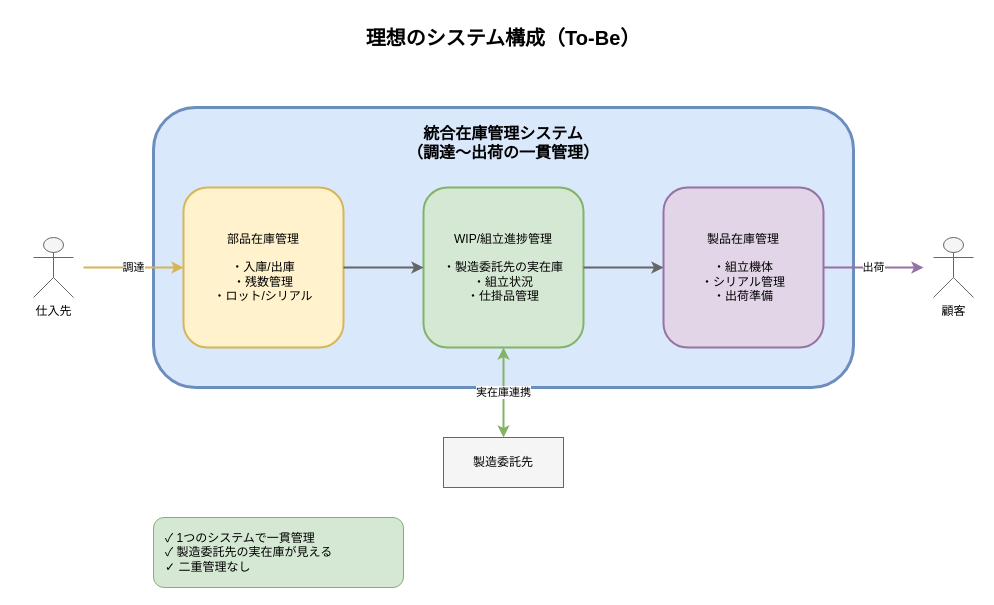
nttedt-fujita/QA-FY26 keeps this draw.io diagram as sessions/session295/ideal-system-flow.drawio. Above is the earlier version. Source tidied: cells renumbered, new cells numbered last; positions are measured from the earlier drawing's top-left corner, leaving out a move shared by most shapes. Both pictures are drawn from the tidied source at 100%, with x=0, y=0 at pixel (33, 17).
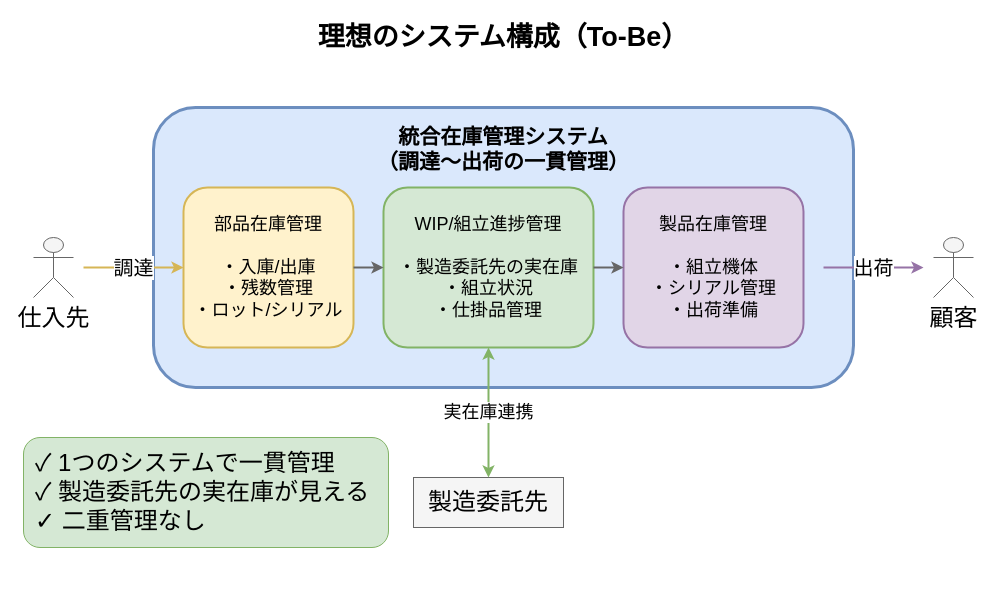
Above is the later version.

The edit, as a diff of the source:
```diff
@@
-    <mxCell id="2" value="理想のシステム構成（To-Be）" style="text;html=1;strokeColor=none;fillColor=none;align=center;verticalAlign=middle;whiteSpace=wrap;rounded=0;fontSize=20;fontStyle=1;" parent="1" vertex="1">
-      <mxGeometry x="320" width="300" height="40" as="geometry" />
+    <mxCell id="2" value="理想のシステム構成（To-Be）" style="text;html=1;strokeColor=none;fillColor=none;align=center;verticalAlign=middle;whiteSpace=wrap;rounded=0;fontSize=27;fontStyle=1;" parent="1" vertex="1">
+      <mxGeometry x="270" width="400" height="40" as="geometry" />
     </mxCell>
@@
-    <mxCell id="4" value="統合在庫管理システム&#10;（調達〜出荷の一貫管理）" style="text;html=1;strokeColor=none;fillColor=none;align=center;verticalAlign=top;whiteSpace=wrap;rounded=0;fontSize=16;fontStyle=1;" parent="1" vertex="1">
-      <mxGeometry x="320" y="100" width="300" height="50" as="geometry" />
+    <mxCell id="4" value="統合在庫管理システム&#10;（調達〜出荷の一貫管理）" style="text;html=1;strokeColor=none;fillColor=none;align=center;verticalAlign=top;whiteSpace=wrap;rounded=0;fontSize=21;fontStyle=1;" parent="1" vertex="1">
+      <mxGeometry x="320" y="100" width="300" height="60" as="geometry" />
     </mxCell>
-    <mxCell id="5" value="部品在庫管理&#10;&#10;・入庫/出庫&#10;・残数管理&#10;・ロット/シリアル" style="rounded=1;whiteSpace=wrap;html=1;fillColor=#fff2cc;strokeColor=#d6b656;strokeWidth=2;align=center;verticalAlign=middle;" parent="1" vertex="1">
-      <mxGeometry x="150" y="170" width="160" height="160" as="geometry" />
+    <mxCell id="5" value="部品在庫管理&#10;&#10;・入庫/出庫&#10;・残数管理&#10;・ロット/シリアル" style="rounded=1;whiteSpace=wrap;html=1;fillColor=#fff2cc;strokeColor=#d6b656;strokeWidth=2;align=center;verticalAlign=middle;fontSize=18;" parent="1" vertex="1">
+      <mxGeometry x="150" y="170" width="170" height="160" as="geometry" />
     </mxCell>
-    <mxCell id="6" value="WIP/組立進捗管理&#10;&#10;・製造委託先の実在庫&#10;・組立状況&#10;・仕掛品管理" style="rounded=1;whiteSpace=wrap;html=1;fillColor=#d5e8d4;strokeColor=#82b366;strokeWidth=2;align=center;verticalAlign=middle;" parent="1" vertex="1">
-      <mxGeometry x="390" y="170" width="160" height="160" as="geometry" />
+    <mxCell id="6" value="WIP/組立進捗管理&#10;&#10;・製造委託先の実在庫&#10;・組立状況&#10;・仕掛品管理" style="rounded=1;whiteSpace=wrap;html=1;fillColor=#d5e8d4;strokeColor=#82b366;strokeWidth=2;align=center;verticalAlign=middle;fontSize=18;" parent="1" vertex="1">
+      <mxGeometry x="350" y="170" width="210" height="160" as="geometry" />
     </mxCell>
-    <mxCell id="7" value="製品在庫管理&#10;&#10;・組立機体&#10;・シリアル管理&#10;・出荷準備" style="rounded=1;whiteSpace=wrap;html=1;fillColor=#e1d5e7;strokeColor=#9673a6;strokeWidth=2;align=center;verticalAlign=middle;" parent="1" vertex="1">
-      <mxGeometry x="630" y="170" width="160" height="160" as="geometry" />
+    <mxCell id="7" value="製品在庫管理&#10;&#10;・組立機体&#10;・シリアル管理&#10;・出荷準備" style="rounded=1;whiteSpace=wrap;html=1;fillColor=#e1d5e7;strokeColor=#9673a6;strokeWidth=2;align=center;verticalAlign=middle;fontSize=18;" parent="1" vertex="1">
+      <mxGeometry x="590" y="170" width="180" height="160" as="geometry" />
     </mxCell>
-    <mxCell id="8" style="endArrow=classic;html=1;strokeWidth=2;strokeColor=#666666;" parent="1" edge="1">
-      <mxGeometry relative="1" as="geometry">
-        <mxPoint x="310" y="250" as="sourcePoint" />
-        <mxPoint x="390" y="250" as="targetPoint" />
-      </mxGeometry>
+    <mxCell id="8" style="endArrow=classic;html=1;strokeWidth=2;strokeColor=#666666;fontSize=15;entryX=0;entryY=0.5;entryDx=0;entryDy=0;exitX=1;exitY=0.5;exitDx=0;exitDy=0;" parent="1" edge="1" source="5" target="6">
+      <mxGeometry relative="1" as="geometry" />
     </mxCell>
-    <mxCell id="9" style="endArrow=classic;html=1;strokeWidth=2;strokeColor=#666666;" parent="1" edge="1">
-      <mxGeometry relative="1" as="geometry">
-        <mxPoint x="550" y="250" as="sourcePoint" />
-        <mxPoint x="630" y="250" as="targetPoint" />
-      </mxGeometry>
+    <mxCell id="9" style="endArrow=classic;html=1;strokeWidth=2;strokeColor=#666666;fontSize=15;exitX=1;exitY=0.5;exitDx=0;exitDy=0;entryX=0;entryY=0.5;entryDx=0;entryDy=0;" parent="1" edge="1" source="6" target="7">
+      <mxGeometry relative="1" as="geometry" />
     </mxCell>
-    <mxCell id="10" value="仕入先" style="shape=umlActor;verticalLabelPosition=bottom;verticalAlign=top;html=1;fillColor=#f5f5f5;strokeColor=#666666;" parent="1" vertex="1">
+    <mxCell id="10" value="仕入先" style="shape=umlActor;verticalLabelPosition=bottom;verticalAlign=top;html=1;fillColor=#f5f5f5;strokeColor=#666666;fontSize=24;" parent="1" vertex="1">
       <mxGeometry y="220" width="40" height="60" as="geometry" />
     </mxCell>
-    <mxCell id="11" value="調達" style="endArrow=classic;html=1;strokeWidth=2;strokeColor=#d6b656;" parent="1" edge="1">
+    <mxCell id="11" value="調達" style="endArrow=classic;html=1;strokeWidth=2;strokeColor=#d6b656;fontSize=20;" parent="1" edge="1">
       <mxGeometry relative="1" as="geometry">
         <mxPoint x="50" y="250" as="sourcePoint" />
         <mxPoint x="150" y="250" as="targetPoint" />
       </mxGeometry>
     </mxCell>
-    <mxCell id="12" value="製造委託先" style="rounded=0;whiteSpace=wrap;html=1;fillColor=#f5f5f5;strokeColor=#666666;" parent="1" vertex="1">
-      <mxGeometry x="410" y="420" width="120" height="50" as="geometry" />
+    <mxCell id="12" value="製造委託先" style="rounded=0;whiteSpace=wrap;html=1;fillColor=#f5f5f5;strokeColor=#666666;fontSize=24;" parent="1" vertex="1">
+      <mxGeometry x="380" y="460" width="150" height="50" as="geometry" />
     </mxCell>
-    <mxCell id="13" value="実在庫連携" style="endArrow=classic;startArrow=classic;html=1;strokeWidth=2;strokeColor=#82b366;entryX=0.5;entryY=1;exitX=0.5;exitY=0;" parent="1" edge="1">
-      <mxGeometry relative="1" as="geometry">
-        <mxPoint x="470" y="420" as="sourcePoint" />
-        <mxPoint x="470" y="330" as="targetPoint" />
-      </mxGeometry>
+    <mxCell id="13" value="実在庫連携" style="endArrow=classic;startArrow=classic;html=1;strokeWidth=2;strokeColor=#82b366;exitX=0.5;exitY=0;exitDx=0;exitDy=0;entryX=0.5;entryY=1;entryDx=0;entryDy=0;fontSize=18;" parent="1" edge="1" source="12" target="6">
+      <mxGeometry relative="1" as="geometry" />
     </mxCell>
-    <mxCell id="14" value="顧客" style="shape=umlActor;verticalLabelPosition=bottom;verticalAlign=top;html=1;fillColor=#f5f5f5;strokeColor=#666666;" parent="1" vertex="1">
+    <mxCell id="14" value="顧客" style="shape=umlActor;verticalLabelPosition=bottom;verticalAlign=top;html=1;fillColor=#f5f5f5;strokeColor=#666666;fontSize=24;" parent="1" vertex="1">
       <mxGeometry x="900" y="220" width="40" height="60" as="geometry" />
     </mxCell>
-    <mxCell id="15" value="出荷" style="endArrow=classic;html=1;strokeWidth=2;strokeColor=#9673a6;" parent="1" edge="1">
+    <mxCell id="15" value="出荷" style="endArrow=classic;html=1;strokeWidth=2;strokeColor=#9673a6;fontSize=20;" parent="1" edge="1">
       <mxGeometry relative="1" as="geometry">
         <mxPoint x="790" y="250" as="sourcePoint" />
         <mxPoint x="890" y="250" as="targetPoint" />
       </mxGeometry>
     </mxCell>
-    <mxCell id="16" value="✓ 1つのシステムで一貫管理&#10;✓ 製造委託先の実在庫が見える&#10;✓ 二重管理なし" style="text;html=1;strokeColor=#82b366;fillColor=#d5e8d4;align=left;verticalAlign=middle;whiteSpace=wrap;rounded=1;fontSize=12;fontStyle=0;spacingLeft=10;" parent="1" vertex="1">
-      <mxGeometry x="120" y="500" width="250" height="70" as="geometry" />
+    <mxCell id="16" value="✓ 1つのシステムで一貫管理&#10;✓ 製造委託先の実在庫が見える&#10;✓ 二重管理なし" style="text;html=1;strokeColor=#82b366;fillColor=#d5e8d4;align=left;verticalAlign=middle;whiteSpace=wrap;rounded=1;fontSize=24;fontStyle=0;spacingLeft=10;" parent="1" vertex="1">
+      <mxGeometry x="-10" y="420" width="365" height="110" as="geometry" />
     </mxCell>
```
